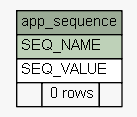
engineerscraft/hrms keeps this Graphviz diagram as docs/database/schemaspy/graphs/summary/app_sequence.1degree.png. Above is the earlier version. Its source is kept beside it as docs/database/schemaspy/graphs/summary/app_sequence.1degree.dot. The source it was exported from:
```dot
digraph "app_sequence" {
  graph [
    rankdir="RL"
    bgcolor="#f7f7f7"
  ];
  node [
    fontname="Helvetica"
    fontsize="11"
    shape="plaintext"
  ];
  edge [
    arrowsize="0.8"
  ];
  "app_sequence" [
    label=<
    <TABLE BORDER="0" CELLBORDER="1" CELLSPACING="0" BGCOLOR="#ffffff">
      <TR><TD PORT="app_sequence.heading" COLSPAN="3" BGCOLOR="#9bab96" ALIGN="CENTER">app_sequence</TD></TR>
      <TR><TD PORT="SEQ_NAME" COLSPAN="3" BGCOLOR="#bed1b8" ALIGN="LEFT">SEQ_NAME</TD></TR>
      <TR><TD PORT="SEQ_VALUE" COLSPAN="3" ALIGN="LEFT">SEQ_VALUE</TD></TR>
      <TR><TD ALIGN="LEFT" BGCOLOR="#f7f7f7">  </TD><TD ALIGN="RIGHT" BGCOLOR="#f7f7f7">0 rows</TD><TD ALIGN="RIGHT" BGCOLOR="#f7f7f7">  </TD></TR>
    </TABLE>>
    URL="tables/app_sequence.html#"
    tooltip="app_sequence"
  ];
}
```
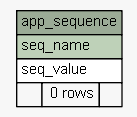
Above is the later version.

Diff of the diagram source:
```diff
@@ -15,8 +15,8 @@
     label=<
     <TABLE BORDER="0" CELLBORDER="1" CELLSPACING="0" BGCOLOR="#ffffff">
       <TR><TD PORT="app_sequence.heading" COLSPAN="3" BGCOLOR="#9bab96" ALIGN="CENTER">app_sequence</TD></TR>
-      <TR><TD PORT="SEQ_NAME" COLSPAN="3" BGCOLOR="#bed1b8" ALIGN="LEFT">SEQ_NAME</TD></TR>
-      <TR><TD PORT="SEQ_VALUE" COLSPAN="3" ALIGN="LEFT">SEQ_VALUE</TD></TR>
+      <TR><TD PORT="seq_name" COLSPAN="3" BGCOLOR="#bed1b8" ALIGN="LEFT">seq_name</TD></TR>
+      <TR><TD PORT="seq_value" COLSPAN="3" ALIGN="LEFT">seq_value</TD></TR>
       <TR><TD ALIGN="LEFT" BGCOLOR="#f7f7f7">  </TD><TD ALIGN="RIGHT" BGCOLOR="#f7f7f7">0 rows</TD><TD ALIGN="RIGHT" BGCOLOR="#f7f7f7">  </TD></TR>
     </TABLE>>
     URL="tables/app_sequence.html#"
```
